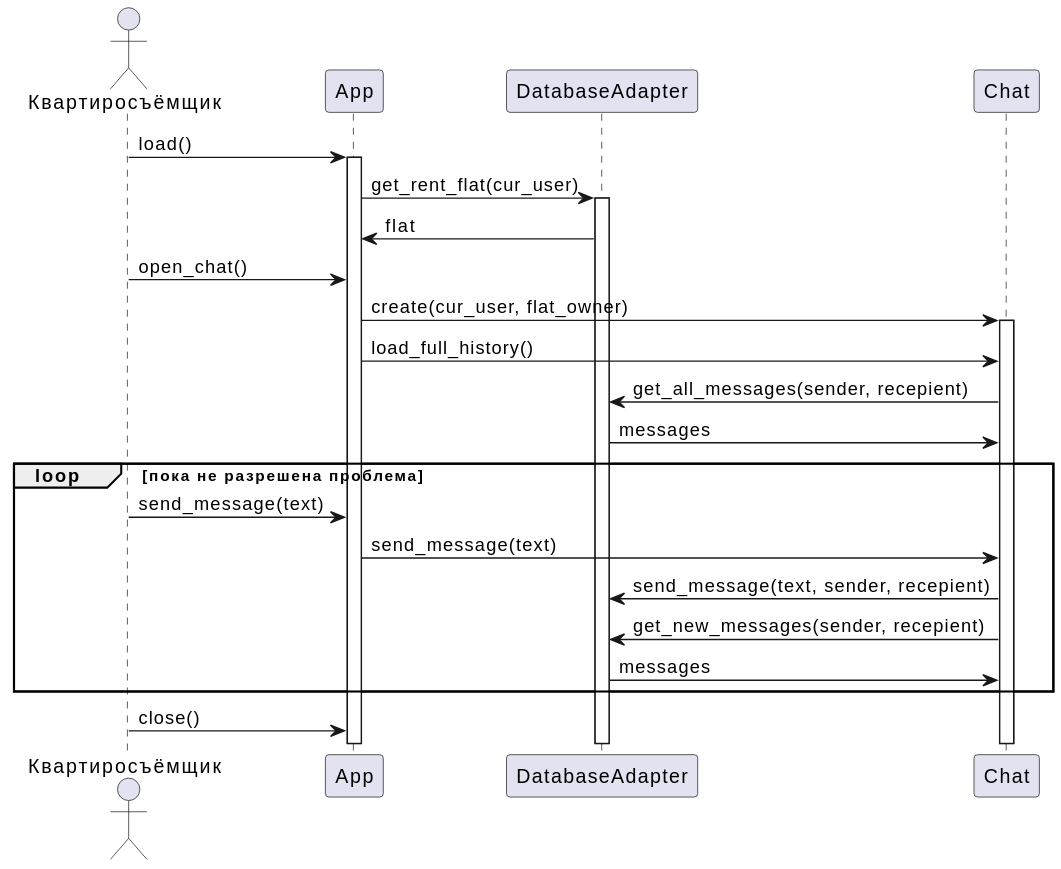
Above: assets/plantuml/sequence_diagram.svg in penamarth/bsbo-13-22_team1_var8 (PlantUML), before the change. The source it was exported from:
```plantuml
@startuml
actor Квартиросъёмщик

Квартиросъёмщик -> App : load()
activate App
App -> DatabaseAdapter : get_rent_flat(cur_user)
activate DatabaseAdapter
App <- DatabaseAdapter : flat
Квартиросъёмщик -> App : open_chat()
App -> Chat : create(cur_user, flat_owner)
activate Chat
App -> Chat : load_full_history()
Chat -> DatabaseAdapter : get_all_messages(sender, recepient)
Chat <- DatabaseAdapter : messages
loop пока не разрешена проблема
Квартиросъёмщик -> App : send_message(text)
App -> Chat : send_message(text)
Chat -> DatabaseAdapter : send_message(text, sender, recepient)
Chat -> DatabaseAdapter : get_new_messages(sender, recepient)
Chat <- DatabaseAdapter : messages
end
Квартиросъёмщик -> App : close()
@enduml
```
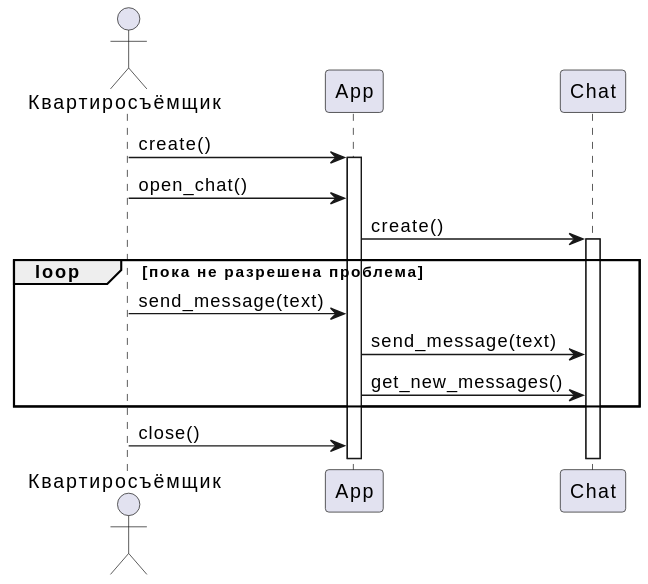
The same diagram one commit later.

Commit message:
update use_case and class diagrams and add code

What changed in the source:
```diff
@@ -1,23 +1,15 @@
 @startuml
 actor Квартиросъёмщик
 
-Квартиросъёмщик -> App : load()
+Квартиросъёмщик -> App : create()
 activate App
-App -> DatabaseAdapter : get_rent_flat(cur_user)
-activate DatabaseAdapter
-App <- DatabaseAdapter : flat
 Квартиросъёмщик -> App : open_chat()
-App -> Chat : create(cur_user, flat_owner)
+App -> Chat : create()
 activate Chat
-App -> Chat : load_full_history()
-Chat -> DatabaseAdapter : get_all_messages(sender, recepient)
-Chat <- DatabaseAdapter : messages
 loop пока не разрешена проблема
 Квартиросъёмщик -> App : send_message(text)
 App -> Chat : send_message(text)
-Chat -> DatabaseAdapter : send_message(text, sender, recepient)
-Chat -> DatabaseAdapter : get_new_messages(sender, recepient)
-Chat <- DatabaseAdapter : messages
+App -> Chat : get_new_messages()
 end
 Квартиросъёмщик -> App : close()
 @enduml
```
